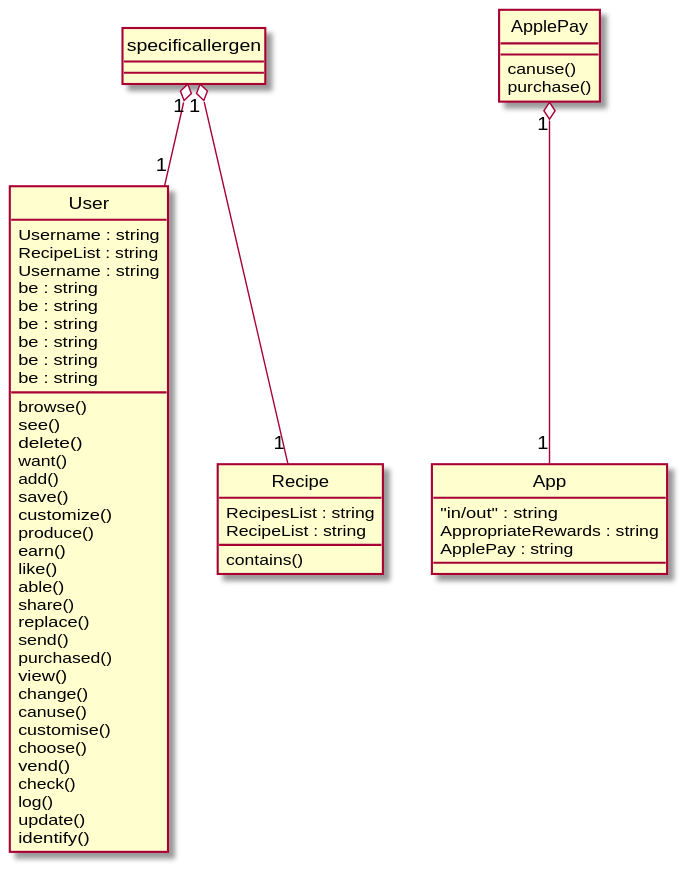
The PlantUML diagram Diagrams/2018-USC-Project05.svg in xixixhalu/DomainModelExtractor, before a commit. The source it was exported from:
```plantuml
@startuml
hide circle
class User {
	Username : string
	RecipeList : string
	Username : string
	be : string
	be : string
	be : string
	be : string
	be : string
	be : string
	browse()
	see()
	delete()
	want()
	add()
	save()
	customize()
	produce()
	earn()
	like()
	able()
	share()
	replace()
	send()
	purchased()
	view()
	change()
	canuse()
	customise()
	choose()
	vend()
	check()
	log()
	update()
	identify()
}
class Recipe {
	RecipesList : string
	RecipeList : string
	contains()
}
class App {
	"in/out" : string
	AppropriateRewards : string
	ApplePay : string
}
class ApplePay {
	canuse()
	purchase()
}
specificallergen "1" o-- "1" User
ApplePay "1" o-- "1" App
specificallergen "1" o-- "1" Recipe
@enduml
```
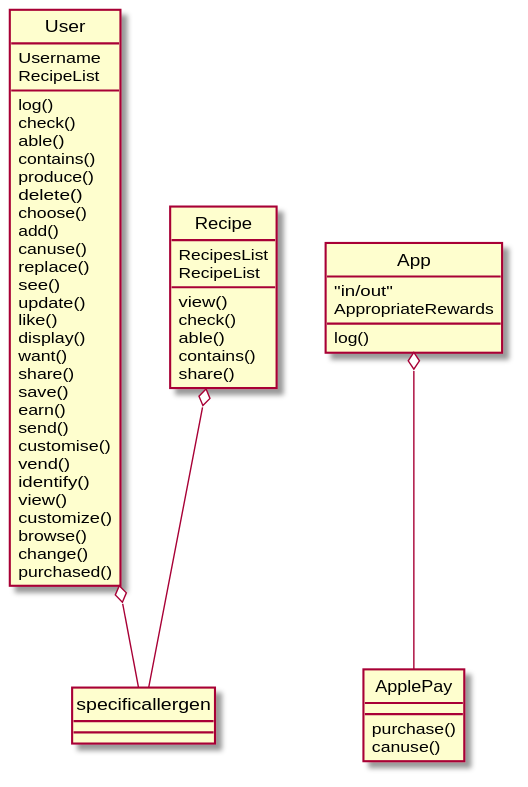
Above is the later version.

The edit, as a diff of the source:
```diff
@@ -1,56 +1,55 @@
 @startuml
 hide circle
 class User {
-	Username : string
-	RecipeList : string
-	Username : string
-	be : string
-	be : string
-	be : string
-	be : string
-	be : string
-	be : string
+	Username
+	RecipeList
+	log()
+	check()
+	able()
+	contains()
+	produce()
+	delete()
+	choose()
+	add()
+	canuse()
+	replace()
+	see()
+	update()
+	like()
+	display()
+	want()
+	share()
+	save()
+	earn()
+	send()
+	customise()
+	vend()
+	identify()
+	view()
+	customize()
 	browse()
-	see()
-	delete()
-	want()
-	add()
-	save()
-	customize()
-	produce()
-	earn()
-	like()
-	able()
-	share()
-	replace()
-	send()
+	change()
 	purchased()
-	view()
-	change()
-	canuse()
-	customise()
-	choose()
-	vend()
-	check()
-	log()
-	update()
-	identify()
 }
 class Recipe {
-	RecipesList : string
-	RecipeList : string
+	RecipesList
+	RecipeList
+	view()
+	check()
+	able()
 	contains()
+	share()
 }
 class App {
-	"in/out" : string
-	AppropriateRewards : string
-	ApplePay : string
+	"in/out"
+	AppropriateRewards
+	log()
 }
 class ApplePay {
+	purchase()
 	canuse()
-	purchase()
 }
-specificallergen "1" o-- "1" User
-ApplePay "1" o-- "1" App
-specificallergen "1" o-- "1" Recipe
+User o-- specificallergen
+App o-- ApplePay
+Recipe o-- specificallergen
 @enduml
```
